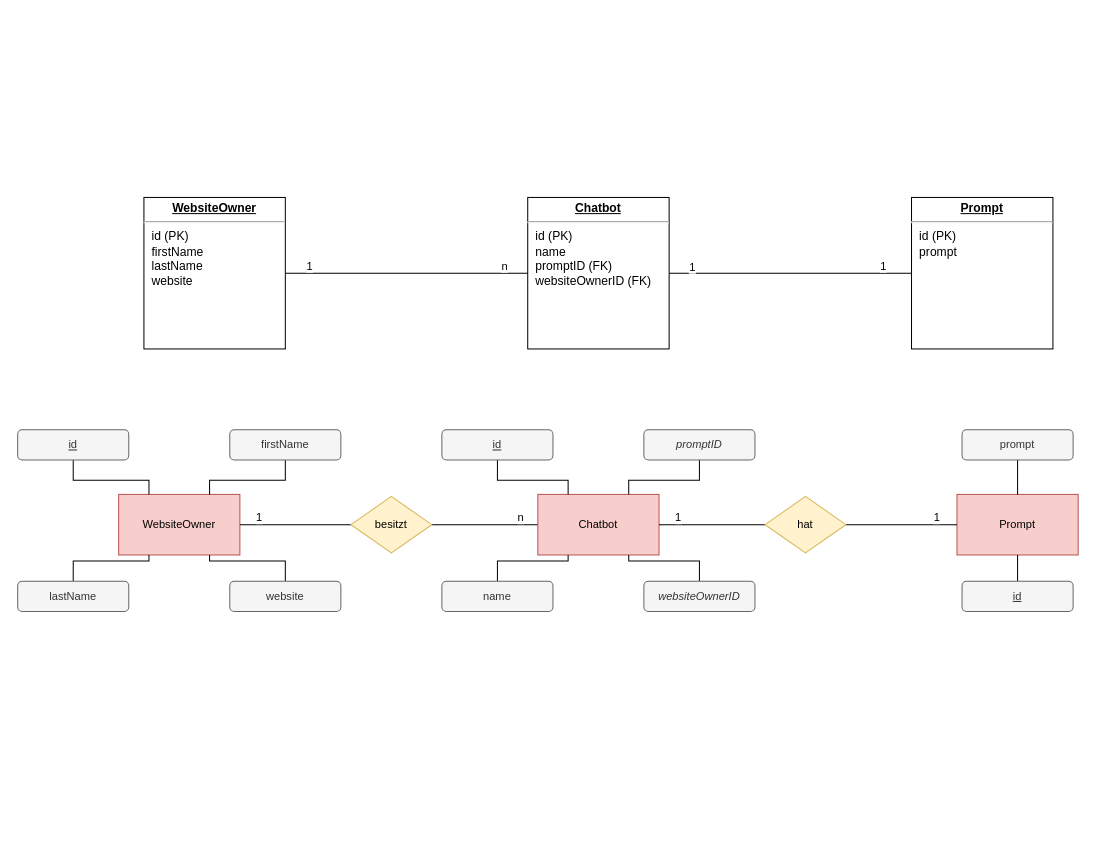
The draw.io diagram documentation/erm.drawio in Eckener-Schule/custom_ai, before the edit. Source tidied: cells renumbered, new cells numbered last; positions are measured from the earlier drawing's top-left corner, leaving out a move shared by most shapes. Both pictures are drawn from the tidied source at 101%, with x=0, y=0 at pixel (17, 197).
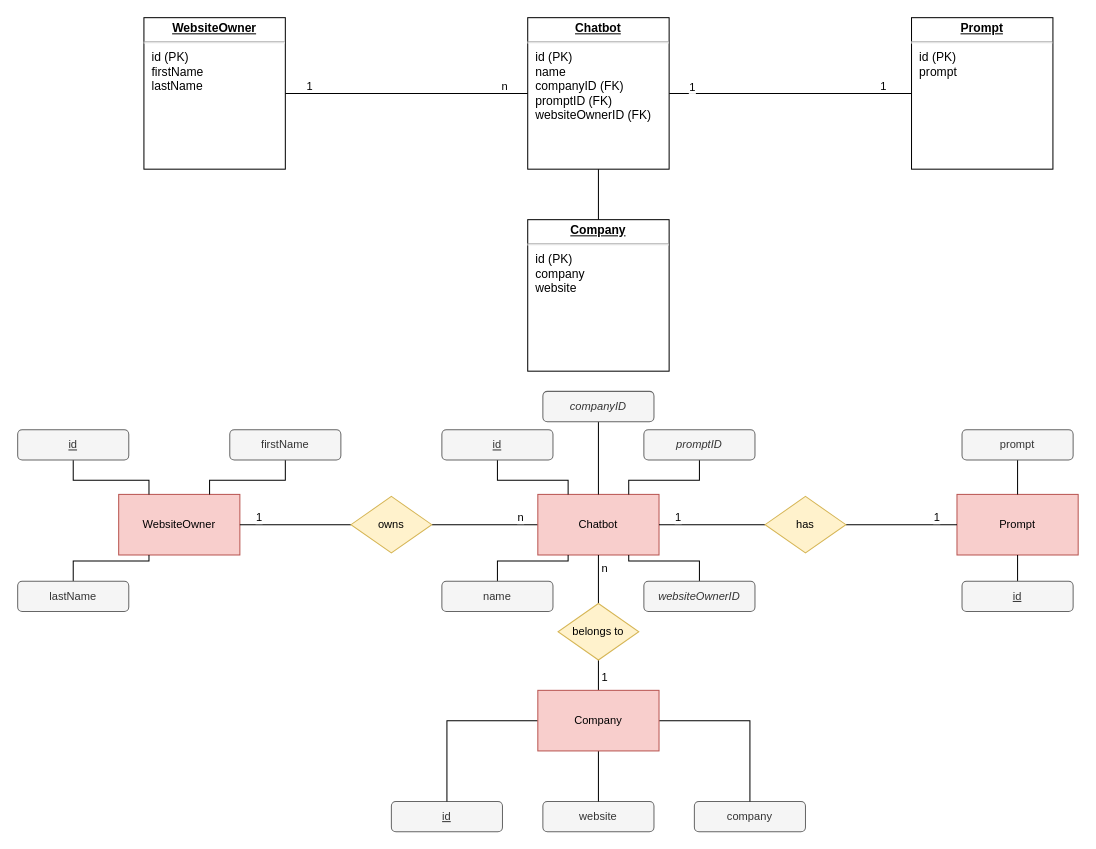
After the change.

Unchanged cells that the change refers to:
```xml
<mxCell id="14" value="WebsiteOwner" style="rounded=0;whiteSpace=wrap;html=1;fontFamily=Helvetica;fontSize=11;labelBackgroundColor=none;fillColor=#f8cecc;strokeColor=#b85450;" parent="1" vertex="1">
  <mxGeometry x="100" y="294" width="120" height="60" as="geometry" />
</mxCell>
<mxCell id="17" value="Chatbot" style="rounded=0;whiteSpace=wrap;html=1;fontFamily=Helvetica;fontSize=11;labelBackgroundColor=none;fillColor=#f8cecc;strokeColor=#b85450;" parent="1" vertex="1">
  <mxGeometry x="515" y="294" width="120" height="60" as="geometry" />
</mxCell>
```

The edit, as a diff of the source:
```diff
@@
-    <mxCell id="5" value="&lt;p style=&quot;margin: 0px ; margin-top: 4px ; text-align: center ; text-decoration: underline&quot;&gt;&lt;b&gt;Chatbot&lt;/b&gt;&lt;/p&gt;&lt;hr&gt;&lt;p style=&quot;margin: 0px ; margin-left: 8px&quot;&gt;id (PK)&lt;/p&gt;&lt;p style=&quot;margin: 0px ; margin-left: 8px&quot;&gt;name&lt;/p&gt;&lt;p style=&quot;margin: 0px ; margin-left: 8px&quot;&gt;promptID (FK)&lt;/p&gt;&lt;p style=&quot;margin: 0px ; margin-left: 8px&quot;&gt;websiteOwnerID (FK)&lt;/p&gt;" style="verticalAlign=top;align=left;overflow=fill;fontSize=12;fontFamily=Helvetica;html=1;rounded=0;shadow=0;comic=0;labelBackgroundColor=none;strokeWidth=1;" parent="1" vertex="1">
-      <mxGeometry x="505" width="140" height="150" as="geometry" />
+    <mxCell id="5" value="&lt;p style=&quot;margin: 4px 0px 0px; text-align: center; text-decoration: underline;&quot;&gt;&lt;b&gt;Chatbot&lt;/b&gt;&lt;/p&gt;&lt;hr&gt;&lt;p style=&quot;margin: 0px ; margin-left: 8px&quot;&gt;id (PK)&lt;/p&gt;&lt;p style=&quot;margin: 0px ; margin-left: 8px&quot;&gt;name&lt;/p&gt;&lt;p style=&quot;margin: 0px ; margin-left: 8px&quot;&gt;companyID (FK)&lt;/p&gt;&lt;p style=&quot;margin: 0px ; margin-left: 8px&quot;&gt;promptID (FK)&lt;/p&gt;&lt;p style=&quot;margin: 0px ; margin-left: 8px&quot;&gt;websiteOwnerID (FK)&lt;/p&gt;" style="verticalAlign=top;align=left;overflow=fill;fontSize=12;fontFamily=Helvetica;html=1;rounded=0;shadow=0;comic=0;labelBackgroundColor=none;strokeWidth=1;" parent="1" vertex="1">
+      <mxGeometry x="505" y="-178" width="140" height="150" as="geometry" />
     </mxCell>
@@
-    <mxCell id="9" value="&lt;p style=&quot;margin: 0px ; margin-top: 4px ; text-align: center ; text-decoration: underline&quot;&gt;&lt;b&gt;WebsiteOwner&lt;/b&gt;&lt;/p&gt;&lt;hr&gt;&lt;p style=&quot;margin: 0px ; margin-left: 8px&quot;&gt;id (PK)&lt;/p&gt;&lt;p style=&quot;margin: 0px ; margin-left: 8px&quot;&gt;firstName&lt;/p&gt;&lt;p style=&quot;margin: 0px ; margin-left: 8px&quot;&gt;lastName&lt;/p&gt;&lt;p style=&quot;margin: 0px ; margin-left: 8px&quot;&gt;website&lt;/p&gt;" style="verticalAlign=top;align=left;overflow=fill;fontSize=12;fontFamily=Helvetica;html=1;rounded=0;shadow=0;comic=0;labelBackgroundColor=none;strokeWidth=1;" parent="1" vertex="1">
-      <mxGeometry x="125" width="140" height="150" as="geometry" />
+    <mxCell id="9" value="&lt;p style=&quot;margin: 4px 0px 0px; text-align: center; text-decoration: underline;&quot;&gt;&lt;b&gt;WebsiteOwner&lt;/b&gt;&lt;/p&gt;&lt;hr&gt;&lt;p style=&quot;margin: 0px ; margin-left: 8px&quot;&gt;id (PK)&lt;/p&gt;&lt;p style=&quot;margin: 0px ; margin-left: 8px&quot;&gt;firstName&lt;/p&gt;&lt;p style=&quot;margin: 0px ; margin-left: 8px&quot;&gt;lastName&lt;/p&gt;" style="verticalAlign=top;align=left;overflow=fill;fontSize=12;fontFamily=Helvetica;html=1;rounded=0;shadow=0;comic=0;labelBackgroundColor=none;strokeWidth=1;" parent="1" vertex="1">
+      <mxGeometry x="125" y="-178" width="140" height="150" as="geometry" />
     </mxCell>
     <mxCell id="10" value="&lt;p style=&quot;margin: 0px ; margin-top: 4px ; text-align: center ; text-decoration: underline&quot;&gt;&lt;b&gt;Prompt&lt;/b&gt;&lt;/p&gt;&lt;hr&gt;&lt;p style=&quot;margin: 0px ; margin-left: 8px&quot;&gt;id (PK)&lt;/p&gt;&lt;p style=&quot;margin: 0px ; margin-left: 8px&quot;&gt;prompt&lt;/p&gt;" style="verticalAlign=top;align=left;overflow=fill;fontSize=12;fontFamily=Helvetica;html=1;rounded=0;shadow=0;comic=0;labelBackgroundColor=none;strokeWidth=1;" parent="1" vertex="1">
-      <mxGeometry x="885" width="140" height="150" as="geometry" />
+      <mxGeometry x="885" y="-178" width="140" height="150" as="geometry" />
     </mxCell>
@@
+    <mxCell id="44" style="edgeStyle=orthogonalEdgeStyle;shape=connector;rounded=0;jettySize=auto;html=1;entryX=0.5;entryY=0;entryDx=0;entryDy=0;strokeColor=default;align=center;verticalAlign=middle;fontFamily=Helvetica;fontSize=11;fontColor=default;labelBackgroundColor=default;startFill=0;endArrow=none;" parent="1" edge="1" source="59" target="52">
+      <mxGeometry relative="1" as="geometry" />
+    </mxCell>
+    <mxCell id="45" value="1" style="edgeLabel;html=1;align=center;verticalAlign=middle;fontFamily=Helvetica;fontSize=11;fontColor=default;labelBackgroundColor=default;" parent="44" vertex="1">
+      <mxGeometry x="0.44" relative="1" as="geometry">
+        <mxPoint x="5" as="offset" />
+      </mxGeometry>
+    </mxCell>
@@
-    <mxCell id="20" value="besitzt" style="rhombus;whiteSpace=wrap;html=1;fontFamily=Helvetica;fontSize=11;labelBackgroundColor=none;fillColor=#fff2cc;strokeColor=#d6b656;" parent="1" vertex="1">
+    <mxCell id="20" value="owns" style="rhombus;whiteSpace=wrap;html=1;fontFamily=Helvetica;fontSize=11;labelBackgroundColor=none;fillColor=#fff2cc;strokeColor=#d6b656;" parent="1" vertex="1">
       <mxGeometry x="330" y="296" width="80" height="56" as="geometry" />
     </mxCell>
@@
-    <mxCell id="23" value="hat" style="rhombus;whiteSpace=wrap;html=1;fontFamily=Helvetica;fontSize=11;labelBackgroundColor=none;fillColor=#fff2cc;strokeColor=#d6b656;" parent="1" vertex="1">
+    <mxCell id="23" value="has" style="rhombus;whiteSpace=wrap;html=1;fontFamily=Helvetica;fontSize=11;labelBackgroundColor=none;fillColor=#fff2cc;strokeColor=#d6b656;" parent="1" vertex="1">
       <mxGeometry x="740" y="296" width="80" height="56" as="geometry" />
     </mxCell>
-    <mxCell id="24" style="edgeStyle=orthogonalEdgeStyle;shape=connector;rounded=0;jettySize=auto;html=1;entryX=0.25;entryY=0;entryDx=0;entryDy=0;strokeColor=default;align=center;verticalAlign=middle;fontFamily=Helvetica;fontSize=11;fontColor=default;labelBackgroundColor=default;endArrow=none;endFill=0;" parent="1" edge="1" source="25" target="17">
-      <mxGeometry relative="1" as="geometry" />
-    </mxCell>
     <mxCell id="25" value="&lt;u&gt;id&lt;/u&gt;" style="rounded=1;whiteSpace=wrap;html=1;fontFamily=Helvetica;fontSize=11;fontColor=#333333;labelBackgroundColor=none;fillColor=#f5f5f5;strokeColor=#666666;" parent="1" vertex="1">
-      <mxGeometry x="420" y="230" width="110" height="30" as="geometry" />
+      <mxGeometry x="370" y="598" width="110" height="30" as="geometry" />
     </mxCell>
@@
-    <mxCell id="34" style="edgeStyle=orthogonalEdgeStyle;shape=connector;rounded=0;jettySize=auto;html=1;entryX=0.75;entryY=1;entryDx=0;entryDy=0;strokeColor=default;align=center;verticalAlign=middle;fontFamily=Helvetica;fontSize=11;fontColor=default;labelBackgroundColor=default;endArrow=none;endFill=0;" parent="1" edge="1" source="35" target="14">
-      <mxGeometry relative="1" as="geometry" />
-    </mxCell>
     <mxCell id="35" value="website" style="rounded=1;whiteSpace=wrap;html=1;fontFamily=Helvetica;fontSize=11;fontColor=#333333;labelBackgroundColor=none;fillColor=#f5f5f5;strokeColor=#666666;" parent="1" vertex="1">
-      <mxGeometry x="210" y="380" width="110" height="30" as="geometry" />
+      <mxGeometry x="520" y="598" width="110" height="30" as="geometry" />
     </mxCell>
@@
+    <mxCell id="46" value="company" style="rounded=1;whiteSpace=wrap;html=1;fontFamily=Helvetica;fontSize=11;fontColor=#333333;labelBackgroundColor=none;fillColor=#f5f5f5;strokeColor=#666666;" parent="1" vertex="1">
+      <mxGeometry x="670" y="598" width="110" height="30" as="geometry" />
+    </mxCell>
+    <mxCell id="47" style="edgeStyle=orthogonalEdgeStyle;shape=connector;rounded=0;jettySize=auto;html=1;entryX=0.5;entryY=1;entryDx=0;entryDy=0;strokeColor=default;align=center;verticalAlign=middle;fontFamily=Helvetica;fontSize=11;fontColor=default;labelBackgroundColor=default;startFill=0;endArrow=none;" parent="1" edge="1" source="48" target="5">
+      <mxGeometry relative="1" as="geometry" />
+    </mxCell>
+    <mxCell id="48" value="&lt;p style=&quot;margin: 4px 0px 0px; text-align: center; text-decoration: underline;&quot;&gt;&lt;b&gt;Company&lt;/b&gt;&lt;/p&gt;&lt;hr&gt;&lt;p style=&quot;margin: 0px ; margin-left: 8px&quot;&gt;id (PK)&lt;/p&gt;&lt;p style=&quot;margin: 0px ; margin-left: 8px&quot;&gt;company&lt;/p&gt;&lt;p style=&quot;margin: 0px ; margin-left: 8px&quot;&gt;website&lt;/p&gt;" style="verticalAlign=top;align=left;overflow=fill;fontSize=12;fontFamily=Helvetica;html=1;rounded=0;shadow=0;comic=0;labelBackgroundColor=none;strokeWidth=1;" parent="1" vertex="1">
+      <mxGeometry x="505" y="22" width="140" height="150" as="geometry" />
+    </mxCell>
+    <mxCell id="49" style="edgeStyle=orthogonalEdgeStyle;shape=connector;rounded=0;jettySize=auto;html=1;entryX=0.5;entryY=0;entryDx=0;entryDy=0;strokeColor=default;align=center;verticalAlign=middle;fontFamily=Helvetica;fontSize=11;fontColor=default;labelBackgroundColor=default;startFill=0;endArrow=none;" parent="1" edge="1" source="52" target="25">
+      <mxGeometry relative="1" as="geometry" />
+    </mxCell>
+    <mxCell id="50" style="edgeStyle=orthogonalEdgeStyle;shape=connector;rounded=0;jettySize=auto;html=1;entryX=0.5;entryY=0;entryDx=0;entryDy=0;strokeColor=default;align=center;verticalAlign=middle;fontFamily=Helvetica;fontSize=11;fontColor=default;labelBackgroundColor=default;startFill=0;endArrow=none;" parent="1" edge="1" source="52" target="35">
+      <mxGeometry relative="1" as="geometry" />
+    </mxCell>
+    <mxCell id="51" style="edgeStyle=orthogonalEdgeStyle;shape=connector;rounded=0;jettySize=auto;html=1;entryX=0.5;entryY=0;entryDx=0;entryDy=0;strokeColor=default;align=center;verticalAlign=middle;fontFamily=Helvetica;fontSize=11;fontColor=default;labelBackgroundColor=default;startFill=0;endArrow=none;" parent="1" edge="1" source="52" target="46">
+      <mxGeometry relative="1" as="geometry" />
+    </mxCell>
+    <mxCell id="52" value="Company" style="rounded=0;whiteSpace=wrap;html=1;fontFamily=Helvetica;fontSize=11;labelBackgroundColor=none;fillColor=#f8cecc;strokeColor=#b85450;" parent="1" vertex="1">
+      <mxGeometry x="515" y="488" width="120" height="60" as="geometry" />
+    </mxCell>
+    <mxCell id="53" style="edgeStyle=orthogonalEdgeStyle;shape=connector;rounded=0;jettySize=auto;html=1;entryX=0.25;entryY=0;entryDx=0;entryDy=0;strokeColor=default;align=center;verticalAlign=middle;fontFamily=Helvetica;fontSize=11;fontColor=default;labelBackgroundColor=default;startFill=0;endArrow=none;" parent="1" edge="1" source="54" target="17">
+      <mxGeometry relative="1" as="geometry" />
+    </mxCell>
+    <mxCell id="54" value="&lt;u&gt;id&lt;/u&gt;" style="rounded=1;whiteSpace=wrap;html=1;fontFamily=Helvetica;fontSize=11;fontColor=#333333;labelBackgroundColor=none;fillColor=#f5f5f5;strokeColor=#666666;" parent="1" vertex="1">
+      <mxGeometry x="420" y="230" width="110" height="30" as="geometry" />
+    </mxCell>
+    <mxCell id="55" style="edgeStyle=orthogonalEdgeStyle;shape=connector;rounded=0;jettySize=auto;html=1;entryX=0.5;entryY=0;entryDx=0;entryDy=0;strokeColor=default;align=center;verticalAlign=middle;fontFamily=Helvetica;fontSize=11;fontColor=default;labelBackgroundColor=default;startFill=0;endArrow=none;" parent="1" edge="1" source="56" target="17">
+      <mxGeometry relative="1" as="geometry" />
+    </mxCell>
+    <mxCell id="56" value="companyID" style="rounded=1;whiteSpace=wrap;html=1;fontFamily=Helvetica;fontSize=11;fontColor=#333333;labelBackgroundColor=none;fillColor=#f5f5f5;strokeColor=#666666;fontStyle=2;" parent="1" vertex="1">
+      <mxGeometry x="520" y="192" width="110" height="30" as="geometry" />
+    </mxCell>
+    <mxCell id="57" style="edgeStyle=orthogonalEdgeStyle;shape=connector;rounded=0;jettySize=auto;html=1;entryX=0.5;entryY=0;entryDx=0;entryDy=0;strokeColor=default;align=center;verticalAlign=middle;fontFamily=Helvetica;fontSize=11;fontColor=default;labelBackgroundColor=default;startFill=0;endArrow=none;" parent="1" edge="1" source="17" target="59">
+      <mxGeometry relative="1" as="geometry" />
+    </mxCell>
+    <mxCell id="58" value="n" style="edgeLabel;html=1;align=center;verticalAlign=middle;fontFamily=Helvetica;fontSize=11;fontColor=default;labelBackgroundColor=default;" parent="57" vertex="1">
+      <mxGeometry x="-0.5" relative="1" as="geometry">
+        <mxPoint x="5" as="offset" />
+      </mxGeometry>
+    </mxCell>
+    <mxCell id="59" value="belongs to" style="rhombus;whiteSpace=wrap;html=1;fontFamily=Helvetica;fontSize=11;labelBackgroundColor=none;fillColor=#fff2cc;strokeColor=#d6b656;" parent="1" vertex="1">
+      <mxGeometry x="535" y="402" width="80" height="56" as="geometry" />
+    </mxCell>
```
